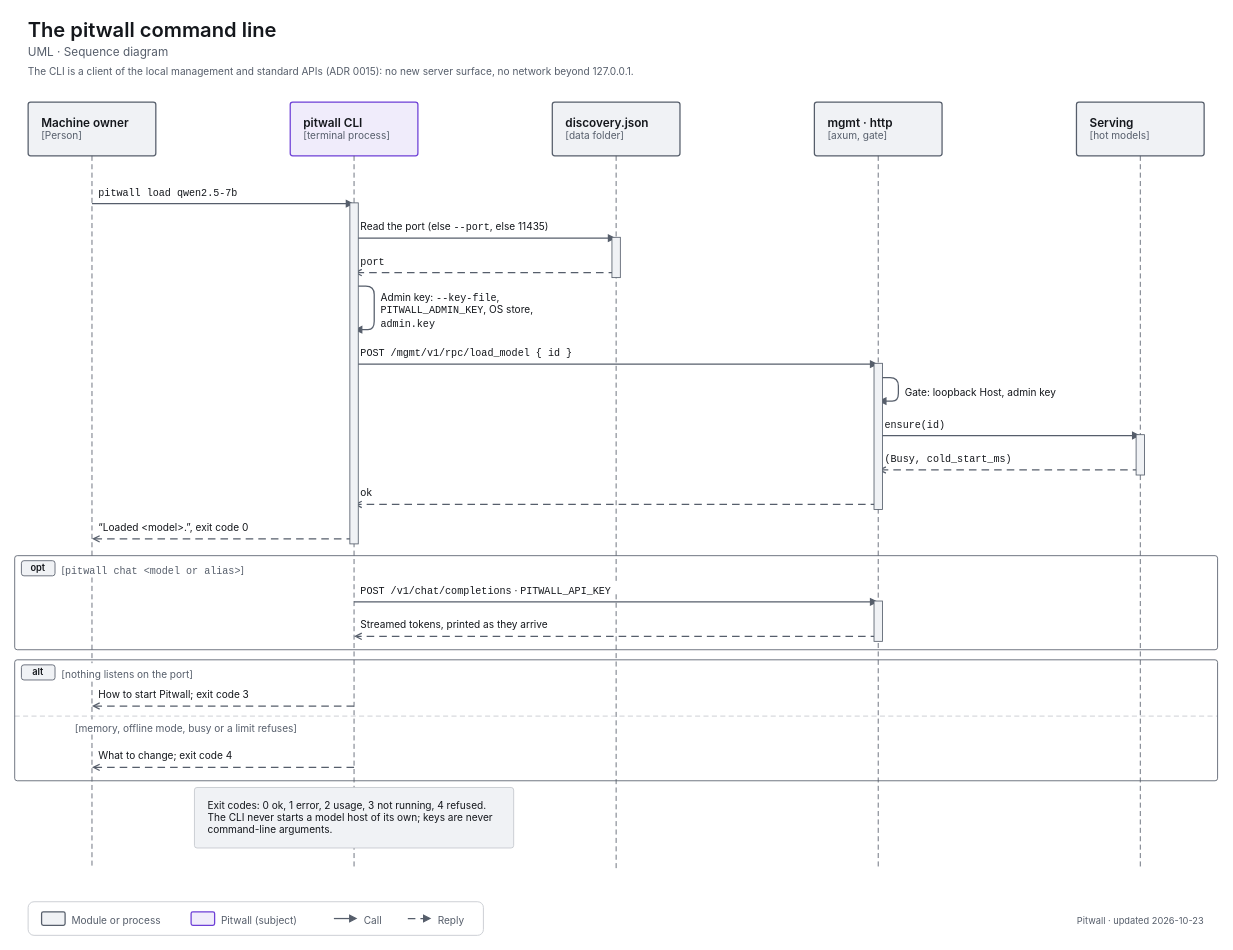
This is apps/pitwall/docs/diagrams/uml-seq-cli.drawio from decryp7/paddock, a draw.io file, before an edit. Source tidied: cells renumbered, new cells numbered last; positions are measured from the earlier drawing's top-left corner, leaving out a move shared by most shapes. Both pictures are drawn from the tidied source at 84%, with x=0, y=0 at pixel (14, 14).
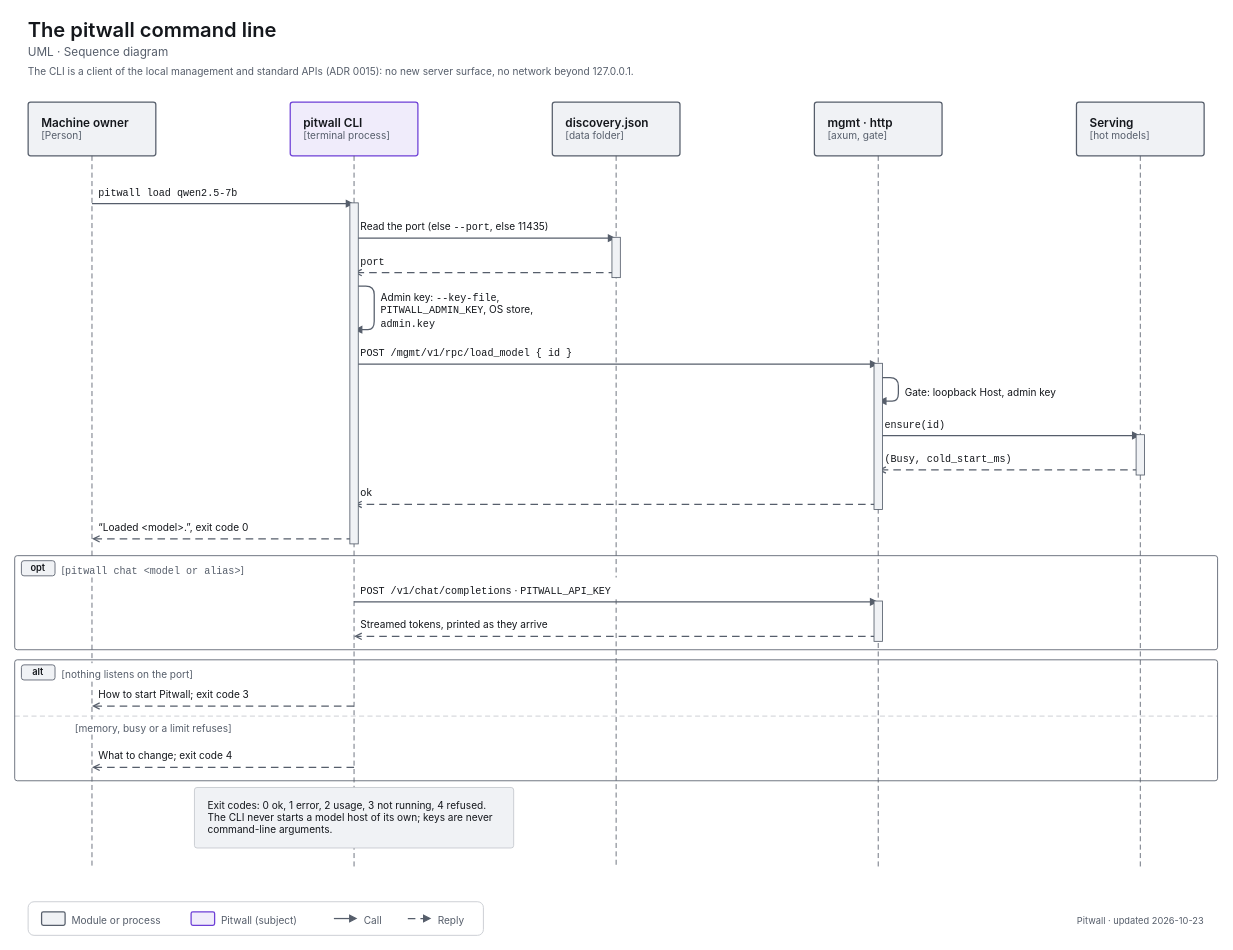
Above is the later version.

Change to the diagram source:
```diff
@@
     <mxCell id="15" style="edgeStyle=none;rounded=1;html=1;strokeWidth=1;strokeColor=light-dark(#565E6B,#A0A7B2);endArrow=none;endFill=0;endSize=6;dashed=1;dashPattern=6 4;" parent="1" edge="1">
       <mxGeometry relative="1" as="geometry">
         <mxPoint x="716" y="168" as="sourcePoint" />
-        <mxPoint x="716" y="674" as="targetPoint" />
+        <mxPoint x="716" y="670" as="targetPoint" />
       </mxGeometry>
     </mxCell>
     <mxCell id="16" style="edgeStyle=none;rounded=1;html=1;strokeWidth=1;strokeColor=light-dark(#565E6B,#A0A7B2);endArrow=none;endFill=0;endSize=6;dashed=1;dashPattern=6 4;" parent="1" edge="1">
       <mxGeometry relative="1" as="geometry">
-        <mxPoint x="716" y="690" as="sourcePoint" />
+        <mxPoint x="716" y="696" as="sourcePoint" />
         <mxPoint x="716" y="1016" as="targetPoint" />
       </mxGeometry>
     </mxCell>
@@
-    <mxCell id="49" value="&lt;span style=&quot;font-size:12px;font-weight:400&quot;&gt;[memory, offline mode, busy or a limit refuses]&lt;/span&gt;" style="html=1;whiteSpace=wrap;fontFamily=-apple-system,BlinkMacSystemFont,Segoe UI,system-ui,sans-serif;fontSize=12;fontColor=light-dark(#14171C,#ECEEF1);text;strokeColor=none;fillColor=none;align=left;verticalAlign=top;spacing=0;fontColor=light-dark(#565E6B,#A0A7B2);" parent="1" vertex="1">
+    <mxCell id="49" value="&lt;span style=&quot;font-size:12px;font-weight:400&quot;&gt;[memory, busy or a limit refuses]&lt;/span&gt;" style="html=1;whiteSpace=wrap;fontFamily=-apple-system,BlinkMacSystemFont,Segoe UI,system-ui,sans-serif;fontSize=12;fontColor=light-dark(#14171C,#ECEEF1);text;strokeColor=none;fillColor=none;align=left;verticalAlign=top;spacing=0;fontColor=light-dark(#565E6B,#A0A7B2);" parent="1" vertex="1">
       <mxGeometry x="72" y="839" width="1352" height="18" as="geometry" />
     </mxCell>
```
